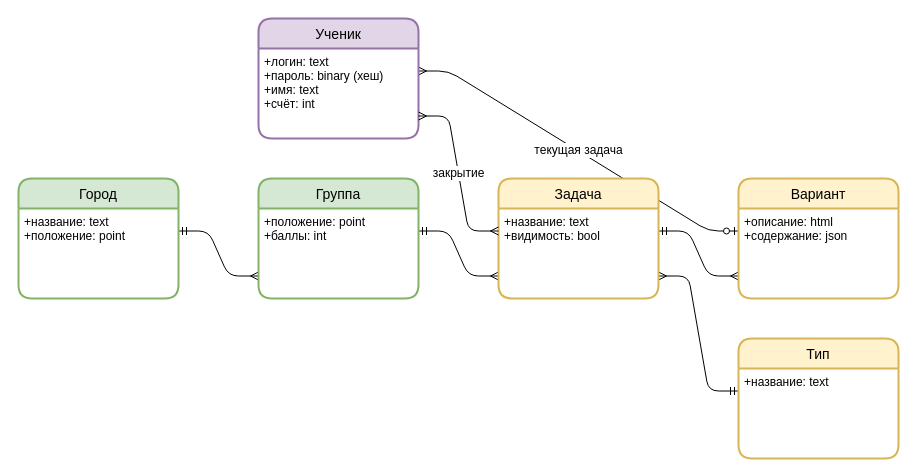
kvantland/kvantland keeps this draw.io diagram as page "Страница 1" (1 of 2) of devdoc/database.drawio. Above is the earlier version. Source tidied: cells renumbered, new cells numbered last; positions are measured from the earlier drawing's top-left corner, leaving out a move shared by most shapes. Both pictures are drawn from the tidied source at 100%, with x=0, y=0 at pixel (18, 18).
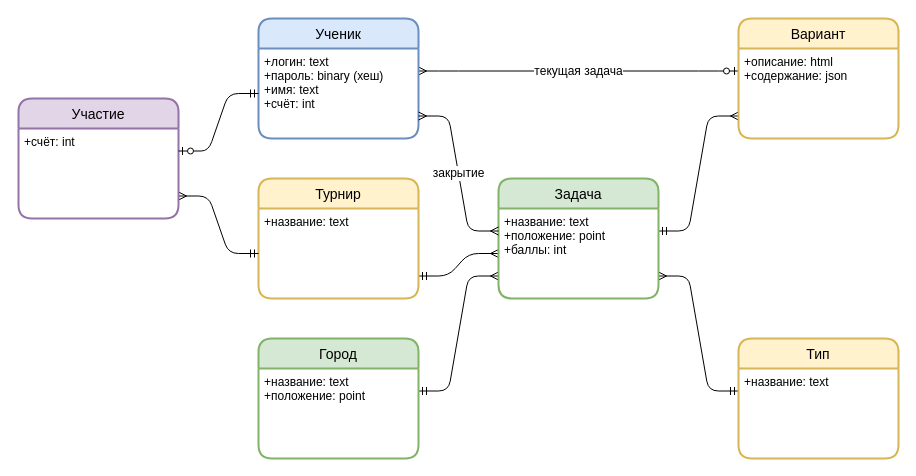
After the change.

Unchanged cells that the change refers to:
```xml
<mxCell id="8" value="+название: text&#10;+положение: point" style="align=left;strokeColor=none;fillColor=none;spacingLeft=4;fontSize=12;verticalAlign=top;" parent="7" vertex="1">
  <mxGeometry y="30" width="160" height="90" as="geometry" />
</mxCell>
<mxCell id="18" value="+логин: text&#10;+пароль: binary (хеш)&#10;+имя: text&#10;+счёт: int" style="align=left;strokeColor=none;fillColor=none;spacingLeft=4;fontSize=12;verticalAlign=top;" parent="17" vertex="1">
  <mxGeometry y="30" width="160" height="90" as="geometry" />
</mxCell>
```

The edit, as a diff of the source:
```diff
@@
-    <mxCell id="5" style="edgeStyle=entityRelationEdgeStyle;fontSize=12;html=1;endArrow=ERmany;startArrow=ERmandOne;rounded=1;exitX=1;exitY=0.25;exitDx=0;exitDy=0;entryX=0;entryY=0.75;entryDx=0;entryDy=0;endFill=0;" parent="1" edge="1" source="8" target="10">
+    <mxCell id="5" style="edgeStyle=entityRelationEdgeStyle;fontSize=12;html=1;endArrow=ERmany;startArrow=ERmandOne;rounded=1;exitX=1;exitY=0.25;exitDx=0;exitDy=0;endFill=0;entryX=0;entryY=0.75;entryDx=0;entryDy=0;" parent="1" edge="1" source="8" target="12">
       <mxGeometry x="-0.07" y="-13" relative="1" as="geometry" />
     </mxCell>
-    <mxCell id="6" style="edgeStyle=entityRelationEdgeStyle;fontSize=12;html=1;endArrow=ERmany;startArrow=ERmandOne;rounded=1;exitX=1;exitY=0.25;exitDx=0;exitDy=0;entryX=0;entryY=0.75;entryDx=0;entryDy=0;endFill=0;" parent="1" edge="1" source="10" target="12">
+    <mxCell id="6" style="edgeStyle=entityRelationEdgeStyle;fontSize=12;html=1;endArrow=ERmany;startArrow=ERmandOne;rounded=1;entryX=0;entryY=0.5;entryDx=0;entryDy=0;endFill=0;exitX=1;exitY=0.75;exitDx=0;exitDy=0;" parent="1" edge="1" source="21" target="12">
       <mxGeometry x="-0.07" y="-13" relative="1" as="geometry" />
     </mxCell>
     <mxCell id="7" value="Город" style="swimlane;horizontal=1;startSize=30;rounded=1;fontSize=14;fontStyle=0;strokeWidth=2;shadow=0;dashed=0;align=center;fillColor=#d5e8d4;strokeColor=#82b366;" parent="1" vertex="1">
-      <mxGeometry y="160" width="160" height="120" as="geometry" />
+      <mxGeometry x="240" y="320" width="160" height="120" as="geometry" />
     </mxCell>
@@
-    <mxCell id="9" value="Группа" style="swimlane;horizontal=1;startSize=30;rounded=1;fontSize=14;fontStyle=0;strokeWidth=2;shadow=0;dashed=0;align=center;fillColor=#d5e8d4;strokeColor=#82b366;" parent="1" vertex="1">
-      <mxGeometry x="240" y="160" width="160" height="120" as="geometry" />
-    </mxCell>
-    <mxCell id="10" value="+положение: point&#10;+баллы: int" style="align=left;strokeColor=none;fillColor=none;spacingLeft=4;fontSize=12;verticalAlign=top;" parent="9" vertex="1">
-      <mxGeometry y="30" width="160" height="90" as="geometry" />
-    </mxCell>
-    <mxCell id="11" value="Задача" style="swimlane;horizontal=1;startSize=30;rounded=1;fontSize=14;fontStyle=0;strokeWidth=2;shadow=0;dashed=0;align=center;fillColor=#fff2cc;strokeColor=#d6b656;" parent="1" vertex="1">
+    <mxCell id="11" value="Задача" style="swimlane;horizontal=1;startSize=30;rounded=1;fontSize=14;fontStyle=0;strokeWidth=2;shadow=0;dashed=0;align=center;fillColor=#d5e8d4;strokeColor=#82b366;" parent="1" vertex="1">
       <mxGeometry x="480" y="160" width="160" height="120" as="geometry" />
     </mxCell>
-    <mxCell id="12" value="+название: text&#10;+видимость: bool" style="align=left;strokeColor=none;fillColor=none;spacingLeft=4;fontSize=12;verticalAlign=top;" parent="11" vertex="1">
+    <mxCell id="12" value="+название: text&#10;+положение: point&#10;+баллы: int" style="align=left;strokeColor=none;fillColor=none;spacingLeft=4;fontSize=12;verticalAlign=top;" parent="11" vertex="1">
       <mxGeometry y="30" width="160" height="90" as="geometry" />
     </mxCell>
     <mxCell id="13" value="Вариант" style="swimlane;horizontal=1;startSize=30;rounded=1;fontSize=14;fontStyle=0;strokeWidth=2;shadow=0;dashed=0;align=center;fillColor=#fff2cc;strokeColor=#d6b656;" parent="1" vertex="1">
-      <mxGeometry x="720" y="160" width="160" height="120" as="geometry" />
+      <mxGeometry x="720" width="160" height="120" as="geometry" />
     </mxCell>
@@
-    <mxCell id="17" value="Ученик" style="swimlane;horizontal=1;startSize=30;rounded=1;fontSize=14;fontStyle=0;strokeWidth=2;shadow=0;dashed=0;align=center;fillColor=#e1d5e7;strokeColor=#9673a6;" parent="1" vertex="1">
+    <mxCell id="17" value="Ученик" style="swimlane;horizontal=1;startSize=30;rounded=1;fontSize=14;fontStyle=0;strokeWidth=2;shadow=0;dashed=0;align=center;fillColor=#dae8fc;strokeColor=#6c8ebf;" parent="1" vertex="1">
       <mxGeometry x="240" width="160" height="120" as="geometry" />
     </mxCell>
@@
+    <mxCell id="20" value="Турнир" style="swimlane;horizontal=1;startSize=30;rounded=1;fontSize=14;fontStyle=0;strokeWidth=2;shadow=0;dashed=0;align=center;fillColor=#fff2cc;strokeColor=#d6b656;" parent="1" vertex="1">
+      <mxGeometry x="240" y="160" width="160" height="120" as="geometry" />
+    </mxCell>
+    <mxCell id="21" value="+название: text" style="align=left;strokeColor=none;fillColor=none;spacingLeft=4;fontSize=12;verticalAlign=top;" parent="20" vertex="1">
+      <mxGeometry y="30" width="160" height="90" as="geometry" />
+    </mxCell>
+    <mxCell id="22" style="edgeStyle=entityRelationEdgeStyle;rounded=1;jettySize=auto;html=1;startArrow=ERmandOne;startFill=0;endArrow=ERmany;endFill=0;entryX=1;entryY=0.75;entryDx=0;entryDy=0;" parent="1" edge="1" source="21" target="24">
+      <mxGeometry relative="1" as="geometry" />
+    </mxCell>
+    <mxCell id="23" value="Участие" style="swimlane;horizontal=1;startSize=30;rounded=1;fontSize=14;fontStyle=0;strokeWidth=2;shadow=0;dashed=0;align=center;fillColor=#e1d5e7;strokeColor=#9673a6;" parent="1" vertex="1">
+      <mxGeometry y="80" width="160" height="120" as="geometry" />
+    </mxCell>
+    <mxCell id="24" value="+счёт: int" style="align=left;strokeColor=none;fillColor=none;spacingLeft=4;fontSize=12;verticalAlign=top;" parent="23" vertex="1">
+      <mxGeometry y="30" width="160" height="90" as="geometry" />
+    </mxCell>
+    <mxCell id="25" style="edgeStyle=entityRelationEdgeStyle;rounded=1;jettySize=auto;html=1;startArrow=ERzeroToOne;startFill=0;endArrow=ERmandOne;endFill=0;exitX=1;exitY=0.25;exitDx=0;exitDy=0;" parent="1" edge="1" source="24" target="18">
+      <mxGeometry relative="1" as="geometry" />
+    </mxCell>
```
